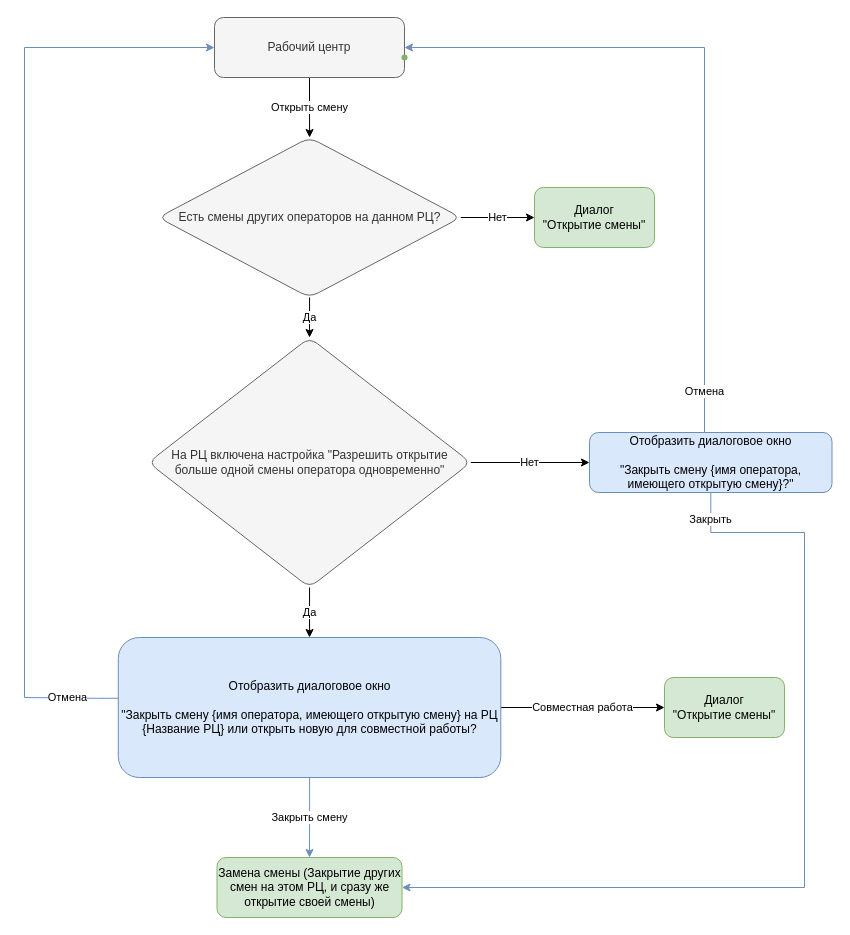
x-tensive/Diagrams keeps this draw.io diagram as OpenPersonalShift.drawio. Above is the earlier version. Source tidied: cells renumbered, new cells numbered last; positions are measured from the earlier drawing's top-left corner, leaving out a move shared by most shapes. Both pictures are drawn from the tidied source at 100%, with x=0, y=0 at pixel (24, 17).
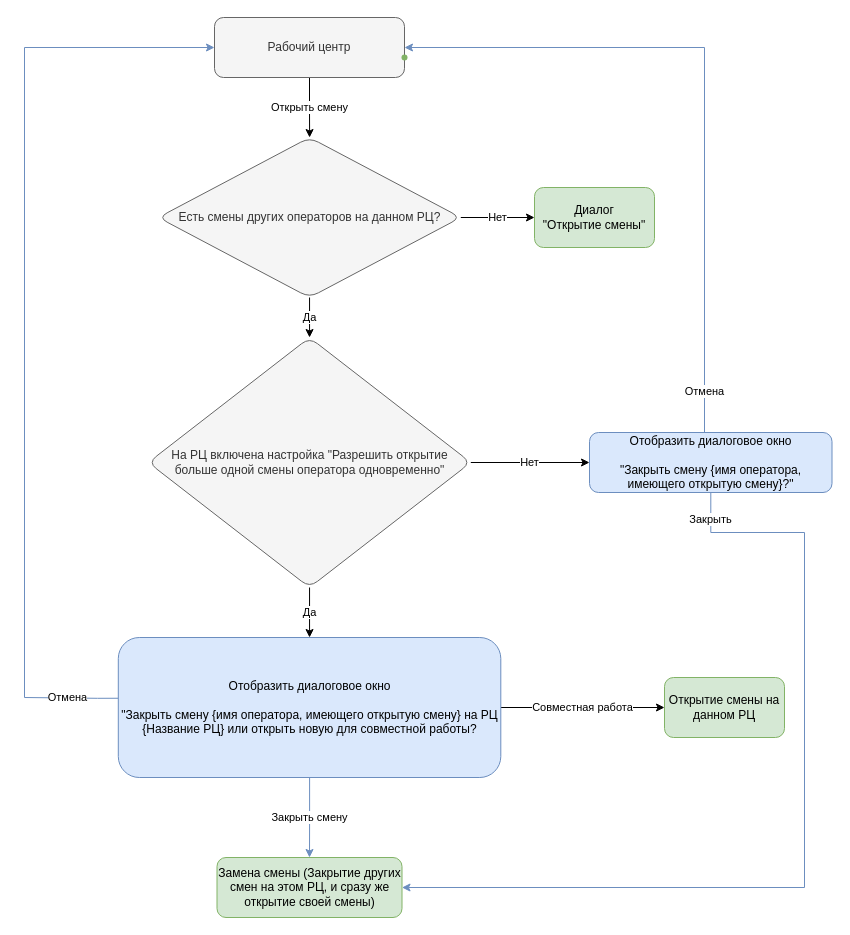
The same diagram, later.

What changed in the source:
```diff
@@
-    <mxCell id="16" value="Диалог&lt;br style=&quot;border-color: var(--border-color);&quot;&gt;&quot;Открытие смены&quot;" style="whiteSpace=wrap;html=1;fillColor=#d5e8d4;strokeColor=#82b366;rounded=1;" parent="1" vertex="1">
+    <mxCell id="16" value="Открытие смены на данном РЦ" style="whiteSpace=wrap;html=1;fillColor=#d5e8d4;strokeColor=#82b366;rounded=1;" parent="1" vertex="1">
       <mxGeometry x="640" y="660" width="120" height="60" as="geometry" />
     </mxCell>
```
